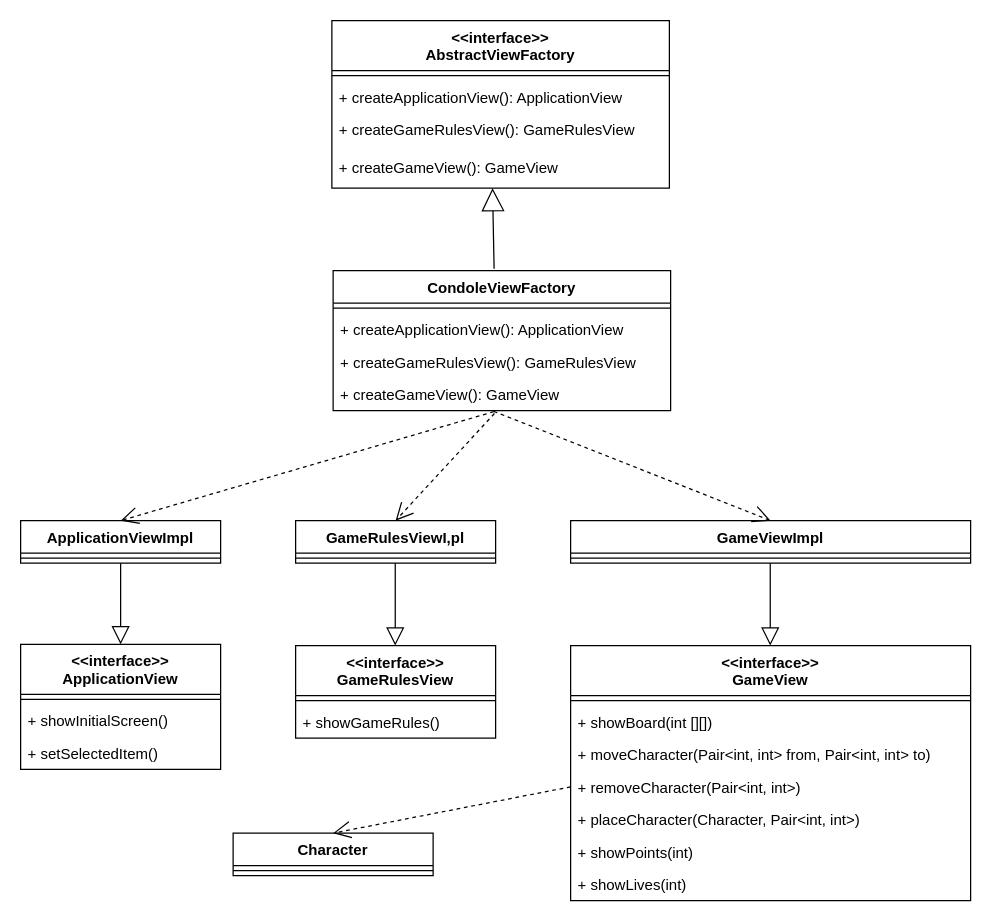
Above: architecture/source/view_component.drawio in Soykaa/Roguelike (draw.io), before the change. Source tidied: cells renumbered, new cells numbered last; positions are measured from the earlier drawing's top-left corner, leaving out a move shared by most shapes. Both pictures are drawn from the tidied source at 125%, with x=0, y=0 at pixel (20, 20).
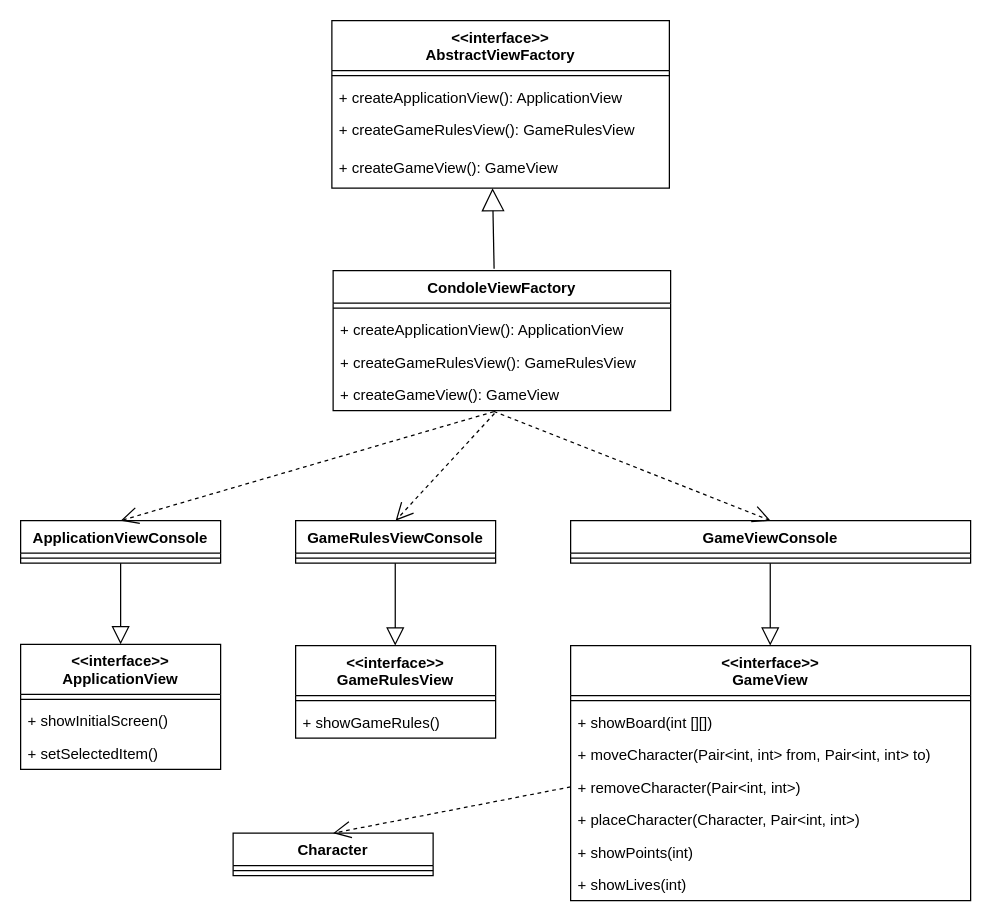
The same diagram, later.

Commit message (it also covers changes not shown here):
Add view description

Unchanged cells that the change refers to:
```xml
<mxCell id="11" value="+ createGameView(): GameView" style="text;strokeColor=none;fillColor=none;align=left;verticalAlign=top;spacingLeft=4;spacingRight=4;overflow=hidden;points=[[0,0.5],[1,0.5]];portConstraint=eastwest;" parent="7" vertex="1">
  <mxGeometry y="86" width="270" height="26" as="geometry" />
</mxCell>
<mxCell id="18" value="&lt;&lt;interface&gt;&gt;&#10;ApplicationView" style="swimlane;fontStyle=1;align=center;verticalAlign=top;horizontal=1;startSize=40;" parent="1" vertex="1">
  <mxGeometry y="499" width="160" height="100" as="geometry" />
</mxCell>
<mxCell id="22" value="&lt;&lt;interface&gt;&gt;&#10;GameRulesView" style="swimlane;fontStyle=1;align=center;verticalAlign=top;horizontal=1;startSize=40;" parent="1" vertex="1">
  <mxGeometry x="220" y="500" width="160" height="74" as="geometry" />
</mxCell>
<mxCell id="33" value="Character" style="swimlane;fontStyle=1;align=center;verticalAlign=top;horizontal=1;startSize=26;" parent="1" vertex="1">
  <mxGeometry x="170" y="650" width="160" height="34" as="geometry" />
</mxCell>
```

Change to the diagram source:
```diff
@@
-    <mxCell id="12" value="ApplicationViewImpl" style="swimlane;fontStyle=1;align=center;verticalAlign=top;horizontal=1;startSize=26;" parent="1" vertex="1">
-      <mxGeometry y="400" width="160" height="34" as="geometry" />
-    </mxCell>
-    <mxCell id="13" style="line;strokeWidth=1;fillColor=none;align=left;verticalAlign=middle;spacingTop=-1;spacingLeft=3;spacingRight=3;labelPosition=right;" parent="12" vertex="1">
-      <mxGeometry y="26" width="160" height="8" as="geometry" />
-    </mxCell>
-    <mxCell id="14" value="GameRulesViewI,pl" style="swimlane;fontStyle=1;align=center;verticalAlign=top;horizontal=1;startSize=26;" parent="1" vertex="1">
-      <mxGeometry x="220" y="400" width="160" height="34" as="geometry" />
-    </mxCell>
-    <mxCell id="15" style="line;strokeWidth=1;fillColor=none;align=left;verticalAlign=middle;spacingTop=-1;spacingLeft=3;spacingRight=3;labelPosition=right;" parent="14" vertex="1">
-      <mxGeometry y="26" width="160" height="8" as="geometry" />
-    </mxCell>
-    <mxCell id="16" value="GameViewImpl" style="swimlane;fontStyle=1;align=center;verticalAlign=top;horizontal=1;startSize=26;" parent="1" vertex="1">
-      <mxGeometry x="440" y="400" width="320" height="34" as="geometry" />
-    </mxCell>
+    <mxCell id="43" value="ApplicationViewConsole" style="swimlane;fontStyle=1;align=center;verticalAlign=top;horizontal=1;startSize=26;" parent="1" vertex="1">
+      <mxGeometry y="400" width="160" height="34" as="geometry" />
+    </mxCell>
+    <mxCell id="44" style="line;strokeWidth=1;fillColor=none;align=left;verticalAlign=middle;spacingTop=-1;spacingLeft=3;spacingRight=3;labelPosition=right;" parent="43" vertex="1">
+      <mxGeometry y="26" width="160" height="8" as="geometry" />
+    </mxCell>
+    <mxCell id="45" value="GameRulesViewConsole" style="swimlane;fontStyle=1;align=center;verticalAlign=top;horizontal=1;startSize=26;" parent="1" vertex="1">
+      <mxGeometry x="220" y="400" width="160" height="34" as="geometry" />
+    </mxCell>
+    <mxCell id="46" style="line;strokeWidth=1;fillColor=none;align=left;verticalAlign=middle;spacingTop=-1;spacingLeft=3;spacingRight=3;labelPosition=right;" parent="45" vertex="1">
+      <mxGeometry y="26" width="160" height="8" as="geometry" />
+    </mxCell>
+    <mxCell id="47" value="GameViewConsole" style="swimlane;fontStyle=1;align=center;verticalAlign=top;horizontal=1;startSize=26;" parent="1" vertex="1">
+      <mxGeometry x="440" y="400" width="320" height="34" as="geometry" />
+    </mxCell>
-    <mxCell id="17" style="line;strokeWidth=1;fillColor=none;align=left;verticalAlign=middle;spacingTop=-1;spacingLeft=3;spacingRight=3;labelPosition=right;" parent="16" vertex="1">
+    <mxCell id="17" style="line;strokeWidth=1;fillColor=none;align=left;verticalAlign=middle;spacingTop=-1;spacingLeft=3;spacingRight=3;labelPosition=right;" parent="47" vertex="1">
       <mxGeometry y="26" width="320" height="8" as="geometry" />
     </mxCell>
@@
-    <mxCell id="19" style="line;strokeWidth=1;fillColor=none;align=left;verticalAlign=middle;spacingTop=-1;spacingLeft=3;spacingRight=3;labelPosition=right;" parent="18" vertex="1">
-      <mxGeometry y="40" width="160" height="8" as="geometry" />
-    </mxCell>
+    <mxCell id="48" style="line;strokeWidth=1;fillColor=none;align=left;verticalAlign=middle;spacingTop=-1;spacingLeft=3;spacingRight=3;labelPosition=right;" parent="18" vertex="1">
+      <mxGeometry y="40" width="160" height="8" as="geometry" />
+    </mxCell>
@@
-    <mxCell id="23" style="line;strokeWidth=1;fillColor=none;align=left;verticalAlign=middle;spacingTop=-1;spacingLeft=3;spacingRight=3;labelPosition=right;" parent="22" vertex="1">
-      <mxGeometry y="40" width="160" height="8" as="geometry" />
-    </mxCell>
+    <mxCell id="49" style="line;strokeWidth=1;fillColor=none;align=left;verticalAlign=middle;spacingTop=-1;spacingLeft=3;spacingRight=3;labelPosition=right;" parent="22" vertex="1">
+      <mxGeometry y="40" width="160" height="8" as="geometry" />
+    </mxCell>
@@
-    <mxCell id="34" style="line;strokeWidth=1;fillColor=none;align=left;verticalAlign=middle;spacingTop=-1;spacingLeft=3;spacingRight=3;labelPosition=right;" parent="33" vertex="1">
-      <mxGeometry y="26" width="160" height="8" as="geometry" />
-    </mxCell>
+    <mxCell id="50" style="line;strokeWidth=1;fillColor=none;align=left;verticalAlign=middle;spacingTop=-1;spacingLeft=3;spacingRight=3;labelPosition=right;" parent="33" vertex="1">
+      <mxGeometry y="26" width="160" height="8" as="geometry" />
+    </mxCell>
@@
-    <mxCell id="36" style="endArrow=block;endFill=0;endSize=12;html=1;rounded=0;exitX=0.5;exitY=1;exitDx=0;exitDy=0;entryX=0.5;entryY=0;entryDx=0;entryDy=0;" parent="1" edge="1" source="12" target="18">
-      <mxGeometry relative="1" as="geometry" />
-    </mxCell>
-    <mxCell id="37" style="endArrow=block;endFill=0;endSize=12;html=1;rounded=0;exitX=0.5;exitY=1;exitDx=0;exitDy=0;entryX=0.5;entryY=0;entryDx=0;entryDy=0;" parent="1" edge="1">
-      <mxGeometry relative="1" as="geometry">
-        <mxPoint x="299.7" y="434" as="sourcePoint" />
-        <mxPoint x="299.7" y="500" as="targetPoint" />
-      </mxGeometry>
-    </mxCell>
-    <mxCell id="38" style="endArrow=block;endFill=0;endSize=12;html=1;rounded=0;exitX=0.5;exitY=1;exitDx=0;exitDy=0;entryX=0.5;entryY=0;entryDx=0;entryDy=0;" parent="1" edge="1">
-      <mxGeometry relative="1" as="geometry">
-        <mxPoint x="599.7" y="434" as="sourcePoint" />
-        <mxPoint x="599.7" y="500" as="targetPoint" />
-      </mxGeometry>
-    </mxCell>
-    <mxCell id="39" style="endArrow=open;endFill=1;endSize=12;html=1;rounded=0;exitX=0.476;exitY=1.033;exitDx=0;exitDy=0;exitPerimeter=0;entryX=0.5;entryY=0;entryDx=0;entryDy=0;dashed=1;" parent="1" edge="1" source="11" target="12">
-      <mxGeometry relative="1" as="geometry" />
-    </mxCell>
-    <mxCell id="40" style="endArrow=open;endFill=1;endSize=12;html=1;rounded=0;dashed=1;exitX=0.478;exitY=1.088;exitDx=0;exitDy=0;exitPerimeter=0;entryX=0.5;entryY=0;entryDx=0;entryDy=0;" parent="1" edge="1" source="11" target="14">
-      <mxGeometry relative="1" as="geometry" />
-    </mxCell>
-    <mxCell id="41" style="endArrow=open;endFill=1;endSize=12;html=1;rounded=0;dashed=1;entryX=0.5;entryY=0;entryDx=0;entryDy=0;exitX=0.476;exitY=1.022;exitDx=0;exitDy=0;exitPerimeter=0;" parent="1" edge="1" source="11" target="16">
-      <mxGeometry relative="1" as="geometry" />
-    </mxCell>
+    <mxCell id="51" style="endArrow=block;endFill=0;endSize=12;html=1;rounded=0;exitX=0.5;exitY=1;exitDx=0;exitDy=0;entryX=0.5;entryY=0;entryDx=0;entryDy=0;" parent="1" edge="1" source="43" target="18">
+      <mxGeometry relative="1" as="geometry" />
+    </mxCell>
+    <mxCell id="52" style="endArrow=block;endFill=0;endSize=12;html=1;rounded=0;exitX=0.5;exitY=1;exitDx=0;exitDy=0;entryX=0.5;entryY=0;entryDx=0;entryDy=0;" parent="1" edge="1">
+      <mxGeometry relative="1" as="geometry">
+        <mxPoint x="299.7" y="434" as="sourcePoint" />
+        <mxPoint x="299.7" y="500" as="targetPoint" />
+      </mxGeometry>
+    </mxCell>
+    <mxCell id="53" style="endArrow=block;endFill=0;endSize=12;html=1;rounded=0;exitX=0.5;exitY=1;exitDx=0;exitDy=0;entryX=0.5;entryY=0;entryDx=0;entryDy=0;" parent="1" edge="1">
+      <mxGeometry relative="1" as="geometry">
+        <mxPoint x="599.7" y="434" as="sourcePoint" />
+        <mxPoint x="599.7" y="500" as="targetPoint" />
+      </mxGeometry>
+    </mxCell>
+    <mxCell id="54" style="endArrow=open;endFill=1;endSize=12;html=1;rounded=0;exitX=0.476;exitY=1.033;exitDx=0;exitDy=0;exitPerimeter=0;entryX=0.5;entryY=0;entryDx=0;entryDy=0;dashed=1;" parent="1" edge="1" source="11" target="43">
+      <mxGeometry relative="1" as="geometry" />
+    </mxCell>
+    <mxCell id="55" style="endArrow=open;endFill=1;endSize=12;html=1;rounded=0;dashed=1;exitX=0.478;exitY=1.088;exitDx=0;exitDy=0;exitPerimeter=0;entryX=0.5;entryY=0;entryDx=0;entryDy=0;" parent="1" edge="1" source="11" target="45">
+      <mxGeometry relative="1" as="geometry" />
+    </mxCell>
+    <mxCell id="56" style="endArrow=open;endFill=1;endSize=12;html=1;rounded=0;dashed=1;entryX=0.5;entryY=0;entryDx=0;entryDy=0;exitX=0.476;exitY=1.022;exitDx=0;exitDy=0;exitPerimeter=0;" parent="1" edge="1" source="11" target="47">
+      <mxGeometry relative="1" as="geometry" />
+    </mxCell>
```
